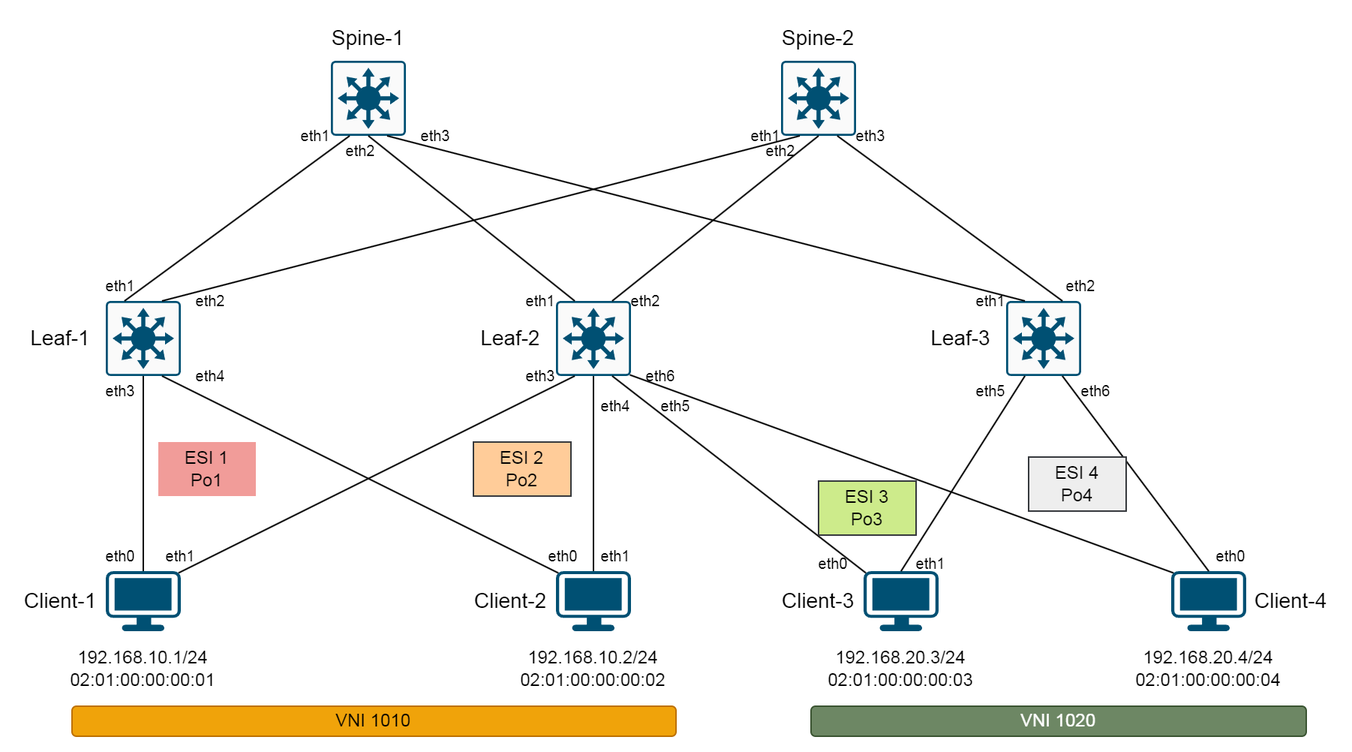
v435/OTUS_Data-center-network-design keeps this draw.io diagram as Homework/Final/attachments/mh.drawio.png. Above is the earlier version. Source tidied: cells renumbered, new cells last; positions are measured from the earlier drawing's top-left corner, leaving out a move shared by most shapes.
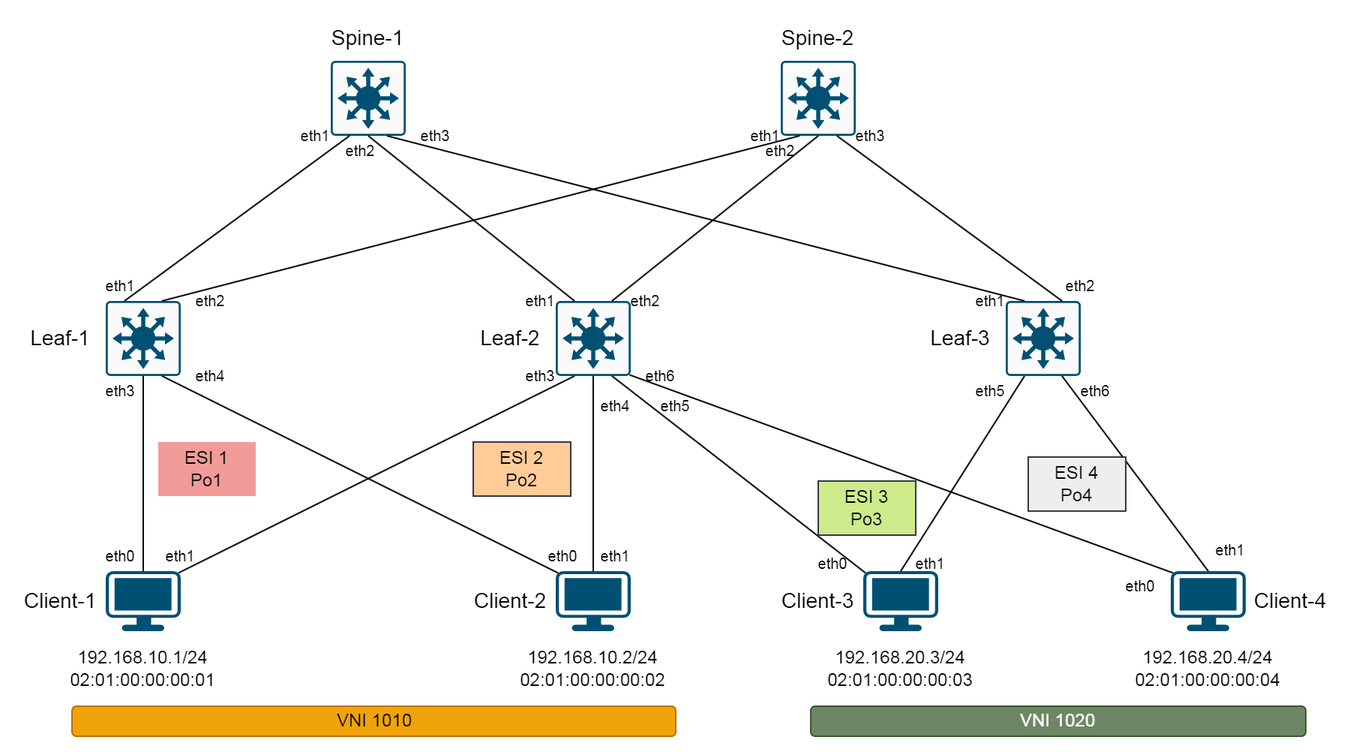
The same file after the commit.

What changed in the source:
```diff
@@ -132,7 +132,7 @@
       <mxGeometry x="525" y="355" width="40" height="20" as="geometry" />
     </mxCell>
     <mxCell id="45" value="eth0" style="text;strokeColor=none;align=center;fillColor=none;html=1;verticalAlign=middle;whiteSpace=wrap;rounded=0;fontSize=10;" parent="1" vertex="1">
-      <mxGeometry x="790" y="350" width="40" height="20" as="geometry" />
+      <mxGeometry x="730" y="370" width="40" height="20" as="geometry" />
     </mxCell>
     <mxCell id="46" value="eth3" style="text;strokeColor=none;align=center;fillColor=none;html=1;verticalAlign=middle;whiteSpace=wrap;rounded=0;fontSize=10;" parent="1" vertex="1">
       <mxGeometry x="50" y="240" width="40" height="20" as="geometry" />
@@ -209,5 +209,8 @@
     <mxCell id="70" value="ESI 4&lt;div&gt;Po4&lt;/div&gt;" style="text;strokeColor=#36393d;align=center;fillColor=#eeeeee;html=1;verticalAlign=middle;whiteSpace=wrap;rounded=0;" parent="1" vertex="1">
       <mxGeometry x="675" y="294" width="65" height="36" as="geometry" />
     </mxCell>
+    <mxCell id="71" value="eth1" style="text;strokeColor=none;align=center;fillColor=none;html=1;verticalAlign=middle;whiteSpace=wrap;rounded=0;fontSize=10;" parent="1" vertex="1">
+      <mxGeometry x="790" y="346" width="40" height="20" as="geometry" />
+    </mxCell>
   </root>
 </mxGraphModel>
```
